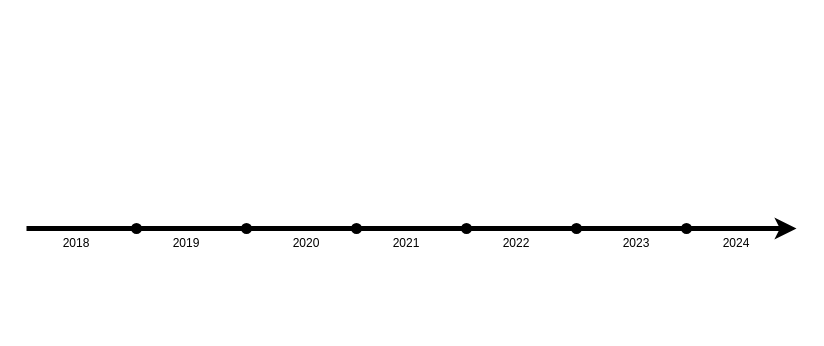
Above: page "第 2 页" (2 of 2) of 多视角多模态目标检测3模态案例.drawio in thb1314/for_draw_io (draw.io), before the change. Source tidied: cells renumbered, new cells numbered last; positions are measured from the earlier drawing's top-left corner, leaving out a move shared by most shapes. Both pictures are drawn from the tidied source at 100%, with x=0, y=0 at pixel (26, 228).
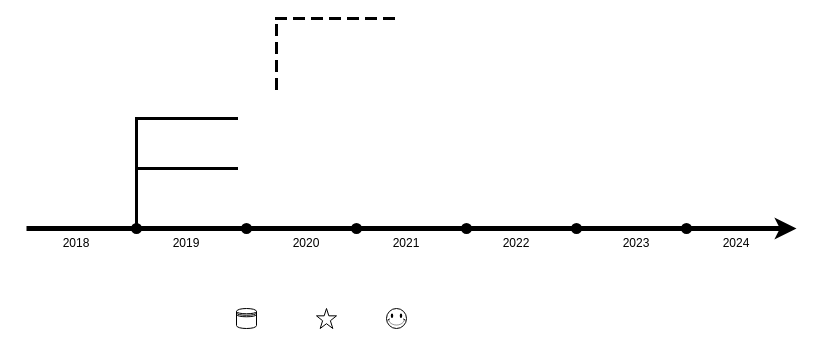
The same page after the edit.

Commit message (it also covers changes not shown here):
更新多视角多模态目标检测3模态案例.drawio

What changed in the source:
```diff
@@
+    <mxCell id="16" style="shape=partialRectangle;whiteSpace=wrap;html=1;bottom=0;right=0;fillColor=none;strokeWidth=3;" parent="1" vertex="1">
+      <mxGeometry x="110" y="-60" width="100" height="60" as="geometry" />
+    </mxCell>
+    <mxCell id="17" style="shape=partialRectangle;whiteSpace=wrap;html=1;bottom=0;right=0;fillColor=none;dashed=1;strokeWidth=3;" parent="1" vertex="1">
+      <mxGeometry x="250" y="-210" width="120" height="70" as="geometry" />
+    </mxCell>
+    <mxCell id="18" style="shape=partialRectangle;whiteSpace=wrap;html=1;bottom=0;right=0;fillColor=none;strokeWidth=3;" parent="1" vertex="1">
+      <mxGeometry x="110" y="-110" width="100" height="50" as="geometry" />
+    </mxCell>
+    <mxCell id="19" style="verticalLabelPosition=bottom;verticalAlign=top;html=1;shape=mxgraph.basic.star;" parent="1" vertex="1">
+      <mxGeometry x="290" y="80" width="20" height="20" as="geometry" />
+    </mxCell>
+    <mxCell id="20" style="shape=datastore;whiteSpace=wrap;html=1;" parent="1" vertex="1">
+      <mxGeometry x="210" y="80" width="20" height="20" as="geometry" />
+    </mxCell>
+    <mxCell id="21" style="verticalLabelPosition=bottom;verticalAlign=top;html=1;shape=mxgraph.basic.smiley;" parent="1" vertex="1">
+      <mxGeometry x="360" y="80" width="20" height="20" as="geometry" />
+    </mxCell>
```
